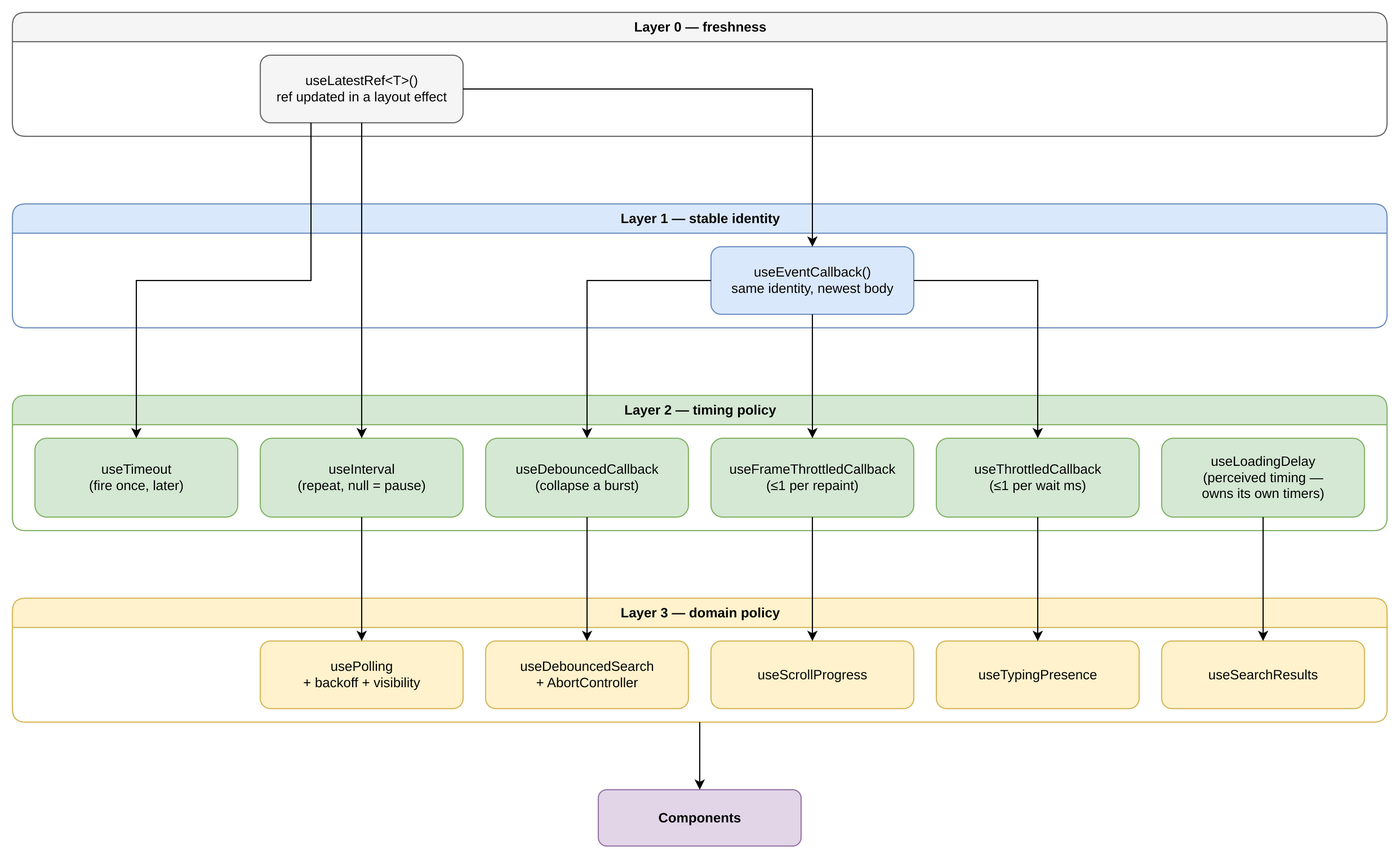
jgteske/best-practices-repo keeps this draw.io diagram as docs/react/diagrams/hook-chain-layers.drawio.png. Above is the earlier version. Source tidied: cells renumbered, new cells last; positions are measured from the earlier drawing's top-left corner, leaving out a move shared by most shapes.
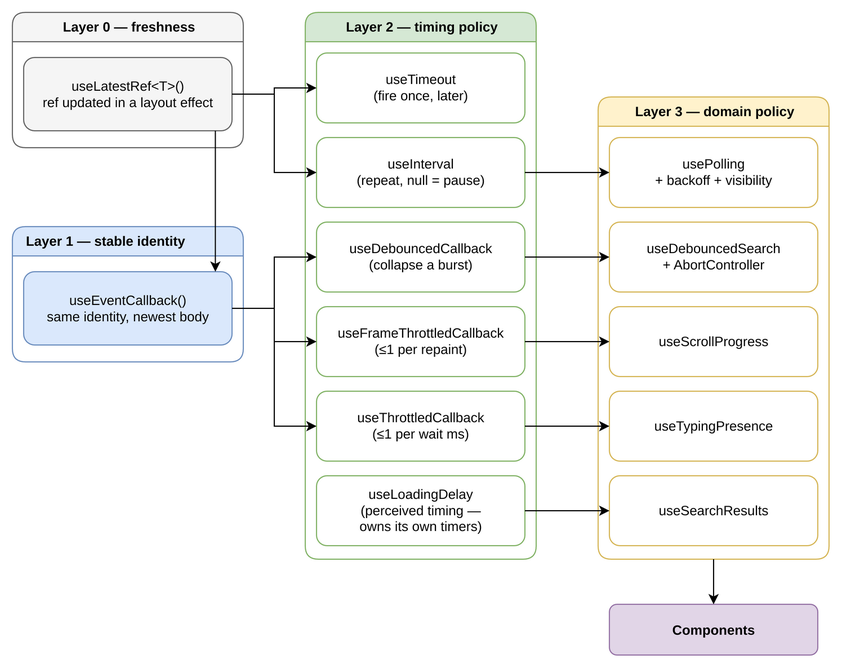
Later version of the same file.

Commit message:
docs: add diagrams for complex workflows

The edit, as a diff of the source:
```diff
@@ -3,75 +3,75 @@
     <mxCell id="0" />
     <mxCell id="1" parent="0" />
     <mxCell id="2" value="Layer 0 — freshness" style="swimlane;startSize=26;html=1;rounded=1;fontStyle=1;fillColor=#f5f5f5;strokeColor=#666666;" parent="1" vertex="1">
-      <mxGeometry width="1220" height="110" as="geometry" />
+      <mxGeometry width="205" height="120" as="geometry" />
     </mxCell>
     <mxCell id="3" value="useLatestRef&amp;lt;T&amp;gt;()&lt;br&gt;ref updated in a layout effect" style="rounded=1;whiteSpace=wrap;html=1;fillColor=#f5f5f5;strokeColor=#666666;" parent="2" vertex="1">
-      <mxGeometry x="220" y="38" width="180" height="60" as="geometry" />
+      <mxGeometry x="10" y="40" width="185" height="65" as="geometry" />
     </mxCell>
-    <mxCell id="4" value="Layer 1 — stable identity" style="swimlane;startSize=26;html=1;rounded=1;fontStyle=1;fillColor=#dae8fc;strokeColor=#6c8ebf;" parent="1" vertex="1">
-      <mxGeometry y="170" width="1220" height="110" as="geometry" />
+    <mxCell id="4" value="Layer 1 — stable identity" style="align=left;spacingLeft=10;swimlane;startSize=26;html=1;rounded=1;fontStyle=1;fillColor=#dae8fc;strokeColor=#6c8ebf;" parent="1" vertex="1">
+      <mxGeometry y="190" width="205" height="120" as="geometry" />
     </mxCell>
     <mxCell id="5" value="useEventCallback()&lt;br&gt;same identity, newest body" style="rounded=1;whiteSpace=wrap;html=1;fillColor=#dae8fc;strokeColor=#6c8ebf;" parent="4" vertex="1">
-      <mxGeometry x="620" y="38" width="180" height="60" as="geometry" />
+      <mxGeometry x="10" y="40" width="185" height="65" as="geometry" />
     </mxCell>
     <mxCell id="6" value="Layer 2 — timing policy" style="swimlane;startSize=26;html=1;rounded=1;fontStyle=1;fillColor=#d5e8d4;strokeColor=#82b366;" parent="1" vertex="1">
-      <mxGeometry y="340" width="1220" height="120" as="geometry" />
+      <mxGeometry x="260" width="205" height="485" as="geometry" />
     </mxCell>
-    <mxCell id="7" value="useTimeout&lt;br&gt;(fire once, later)" style="rounded=1;whiteSpace=wrap;html=1;fillColor=#d5e8d4;strokeColor=#82b366;" parent="6" vertex="1">
-      <mxGeometry x="20" y="38" width="180" height="70" as="geometry" />
+    <mxCell id="7" value="useTimeout&lt;br&gt;(fire once, later)" style="rounded=1;whiteSpace=wrap;html=1;fillColor=#ffffff;strokeColor=#82b366;" parent="6" vertex="1">
+      <mxGeometry x="10" y="36" width="185" height="62" as="geometry" />
     </mxCell>
-    <mxCell id="8" value="useInterval&lt;br&gt;(repeat, null = pause)" style="rounded=1;whiteSpace=wrap;html=1;fillColor=#d5e8d4;strokeColor=#82b366;" parent="6" vertex="1">
-      <mxGeometry x="220" y="38" width="180" height="70" as="geometry" />
+    <mxCell id="8" value="useInterval&lt;br&gt;(repeat, null = pause)" style="rounded=1;whiteSpace=wrap;html=1;fillColor=#ffffff;strokeColor=#82b366;" parent="6" vertex="1">
+      <mxGeometry x="10" y="111" width="185" height="62" as="geometry" />
     </mxCell>
-    <mxCell id="9" value="useDebouncedCallback&lt;br&gt;(collapse a burst)" style="rounded=1;whiteSpace=wrap;html=1;fillColor=#d5e8d4;strokeColor=#82b366;" parent="6" vertex="1">
-      <mxGeometry x="420" y="38" width="180" height="70" as="geometry" />
+    <mxCell id="9" value="useDebouncedCallback&lt;br&gt;(collapse a burst)" style="rounded=1;whiteSpace=wrap;html=1;fillColor=#ffffff;strokeColor=#82b366;" parent="6" vertex="1">
+      <mxGeometry x="10" y="186" width="185" height="62" as="geometry" />
     </mxCell>
-    <mxCell id="10" value="useFrameThrottledCallback&lt;br&gt;(≤1 per repaint)" style="rounded=1;whiteSpace=wrap;html=1;fillColor=#d5e8d4;strokeColor=#82b366;" parent="6" vertex="1">
-      <mxGeometry x="620" y="38" width="180" height="70" as="geometry" />
+    <mxCell id="10" value="useFrameThrottledCallback&lt;br&gt;(≤1 per repaint)" style="rounded=1;whiteSpace=wrap;html=1;fillColor=#ffffff;strokeColor=#82b366;" parent="6" vertex="1">
+      <mxGeometry x="10" y="261" width="185" height="62" as="geometry" />
     </mxCell>
-    <mxCell id="11" value="useThrottledCallback&lt;br&gt;(≤1 per wait ms)" style="rounded=1;whiteSpace=wrap;html=1;fillColor=#d5e8d4;strokeColor=#82b366;" parent="6" vertex="1">
-      <mxGeometry x="820" y="38" width="180" height="70" as="geometry" />
+    <mxCell id="11" value="useThrottledCallback&lt;br&gt;(≤1 per wait ms)" style="rounded=1;whiteSpace=wrap;html=1;fillColor=#ffffff;strokeColor=#82b366;" parent="6" vertex="1">
+      <mxGeometry x="10" y="336" width="185" height="62" as="geometry" />
     </mxCell>
-    <mxCell id="12" value="useLoadingDelay&lt;br&gt;(perceived timing —&lt;br&gt;owns its own timers)" style="rounded=1;whiteSpace=wrap;html=1;fillColor=#d5e8d4;strokeColor=#82b366;" parent="6" vertex="1">
-      <mxGeometry x="1020" y="38" width="180" height="70" as="geometry" />
+    <mxCell id="12" value="useLoadingDelay&lt;br&gt;(perceived timing —&lt;br&gt;owns its own timers)" style="rounded=1;whiteSpace=wrap;html=1;fillColor=#ffffff;strokeColor=#82b366;" parent="6" vertex="1">
+      <mxGeometry x="10" y="411" width="185" height="62" as="geometry" />
     </mxCell>
     <mxCell id="13" value="Layer 3 — domain policy" style="swimlane;startSize=26;html=1;rounded=1;fontStyle=1;fillColor=#fff2cc;strokeColor=#d6b656;" parent="1" vertex="1">
-      <mxGeometry y="520" width="1220" height="110" as="geometry" />
+      <mxGeometry x="520" y="75" width="205" height="410" as="geometry" />
     </mxCell>
-    <mxCell id="14" value="usePolling&lt;br&gt;+ backoff + visibility" style="rounded=1;whiteSpace=wrap;html=1;fillColor=#fff2cc;strokeColor=#d6b656;" parent="13" vertex="1">
-      <mxGeometry x="220" y="38" width="180" height="60" as="geometry" />
+    <mxCell id="14" value="usePolling&lt;br&gt;+ backoff + visibility" style="rounded=1;whiteSpace=wrap;html=1;fillColor=#ffffff;strokeColor=#d6b656;" parent="13" vertex="1">
+      <mxGeometry x="10" y="36" width="185" height="62" as="geometry" />
     </mxCell>
-    <mxCell id="15" value="useDebouncedSearch&lt;br&gt;+ AbortController" style="rounded=1;whiteSpace=wrap;html=1;fillColor=#fff2cc;strokeColor=#d6b656;" parent="13" vertex="1">
-      <mxGeometry x="420" y="38" width="180" height="60" as="geometry" />
+    <mxCell id="15" value="useDebouncedSearch&lt;br&gt;+ AbortController" style="rounded=1;whiteSpace=wrap;html=1;fillColor=#ffffff;strokeColor=#d6b656;" parent="13" vertex="1">
+      <mxGeometry x="10" y="111" width="185" height="62" as="geometry" />
     </mxCell>
-    <mxCell id="16" value="useScrollProgress" style="rounded=1;whiteSpace=wrap;html=1;fillColor=#fff2cc;strokeColor=#d6b656;" parent="13" vertex="1">
-      <mxGeometry x="620" y="38" width="180" height="60" as="geometry" />
+    <mxCell id="16" value="useScrollProgress" style="rounded=1;whiteSpace=wrap;html=1;fillColor=#ffffff;strokeColor=#d6b656;" parent="13" vertex="1">
+      <mxGeometry x="10" y="186" width="185" height="62" as="geometry" />
     </mxCell>
-    <mxCell id="17" value="useTypingPresence" style="rounded=1;whiteSpace=wrap;html=1;fillColor=#fff2cc;strokeColor=#d6b656;" parent="13" vertex="1">
-      <mxGeometry x="820" y="38" width="180" height="60" as="geometry" />
+    <mxCell id="17" value="useTypingPresence" style="rounded=1;whiteSpace=wrap;html=1;fillColor=#ffffff;strokeColor=#d6b656;" parent="13" vertex="1">
+      <mxGeometry x="10" y="261" width="185" height="62" as="geometry" />
     </mxCell>
-    <mxCell id="18" value="useSearchResults" style="rounded=1;whiteSpace=wrap;html=1;fillColor=#fff2cc;strokeColor=#d6b656;" parent="13" vertex="1">
-      <mxGeometry x="1020" y="38" width="180" height="60" as="geometry" />
+    <mxCell id="18" value="useSearchResults" style="rounded=1;whiteSpace=wrap;html=1;fillColor=#ffffff;strokeColor=#d6b656;" parent="13" vertex="1">
+      <mxGeometry x="10" y="336" width="185" height="62" as="geometry" />
     </mxCell>
     <mxCell id="19" value="Components" style="rounded=1;whiteSpace=wrap;html=1;fontStyle=1;fillColor=#e1d5e7;strokeColor=#9673a6;" parent="1" vertex="1">
-      <mxGeometry x="520" y="690" width="180" height="50" as="geometry" />
+      <mxGeometry x="530" y="525" width="185" height="45" as="geometry" />
     </mxCell>
-    <mxCell id="20" style="edgeStyle=orthogonalEdgeStyle;rounded=0;html=1;" parent="1" edge="1" source="3" target="5">
+    <mxCell id="20" style="exitX=0.92;exitY=1;exitDx=0;exitDy=0;entryX=0.92;entryY=0;entryDx=0;entryDy=0;edgeStyle=orthogonalEdgeStyle;rounded=0;html=1;" parent="1" edge="1" source="3" target="5">
       <mxGeometry relative="1" as="geometry" />
     </mxCell>
-    <mxCell id="21" style="edgeStyle=orthogonalEdgeStyle;rounded=0;html=1;exitX=0.25;exitY=1;exitDx=0;exitDy=0;" parent="1" edge="1" source="3" target="7">
+    <mxCell id="21" style="exitX=1;exitY=0.5;exitDx=0;exitDy=0;entryX=0;entryY=0.5;entryDx=0;entryDy=0;edgeStyle=orthogonalEdgeStyle;rounded=0;html=1;" parent="1" edge="1" source="3" target="7">
       <mxGeometry relative="1" as="geometry" />
     </mxCell>
-    <mxCell id="22" style="edgeStyle=orthogonalEdgeStyle;rounded=0;html=1;" parent="1" edge="1" source="3" target="8">
+    <mxCell id="22" style="exitX=1;exitY=0.5;exitDx=0;exitDy=0;entryX=0;entryY=0.5;entryDx=0;entryDy=0;edgeStyle=orthogonalEdgeStyle;rounded=0;html=1;" parent="1" edge="1" source="3" target="8">
       <mxGeometry relative="1" as="geometry" />
     </mxCell>
-    <mxCell id="23" style="edgeStyle=orthogonalEdgeStyle;rounded=0;html=1;" parent="1" edge="1" source="5" target="9">
+    <mxCell id="23" style="exitX=1;exitY=0.5;exitDx=0;exitDy=0;entryX=0;entryY=0.5;entryDx=0;entryDy=0;edgeStyle=orthogonalEdgeStyle;rounded=0;html=1;" parent="1" edge="1" source="5" target="9">
       <mxGeometry relative="1" as="geometry" />
     </mxCell>
-    <mxCell id="24" style="edgeStyle=orthogonalEdgeStyle;rounded=0;html=1;" parent="1" edge="1" source="5" target="10">
+    <mxCell id="24" style="exitX=1;exitY=0.5;exitDx=0;exitDy=0;entryX=0;entryY=0.5;entryDx=0;entryDy=0;edgeStyle=orthogonalEdgeStyle;rounded=0;html=1;" parent="1" edge="1" source="5" target="10">
       <mxGeometry relative="1" as="geometry" />
     </mxCell>
-    <mxCell id="25" style="edgeStyle=orthogonalEdgeStyle;rounded=0;html=1;" parent="1" edge="1" source="5" target="11">
+    <mxCell id="25" style="exitX=1;exitY=0.5;exitDx=0;exitDy=0;entryX=0;entryY=0.5;entryDx=0;entryDy=0;edgeStyle=orthogonalEdgeStyle;rounded=0;html=1;" parent="1" edge="1" source="5" target="11">
       <mxGeometry relative="1" as="geometry" />
     </mxCell>
     <mxCell id="26" style="edgeStyle=orthogonalEdgeStyle;rounded=0;html=1;" parent="1" edge="1" source="9" target="15">
```
